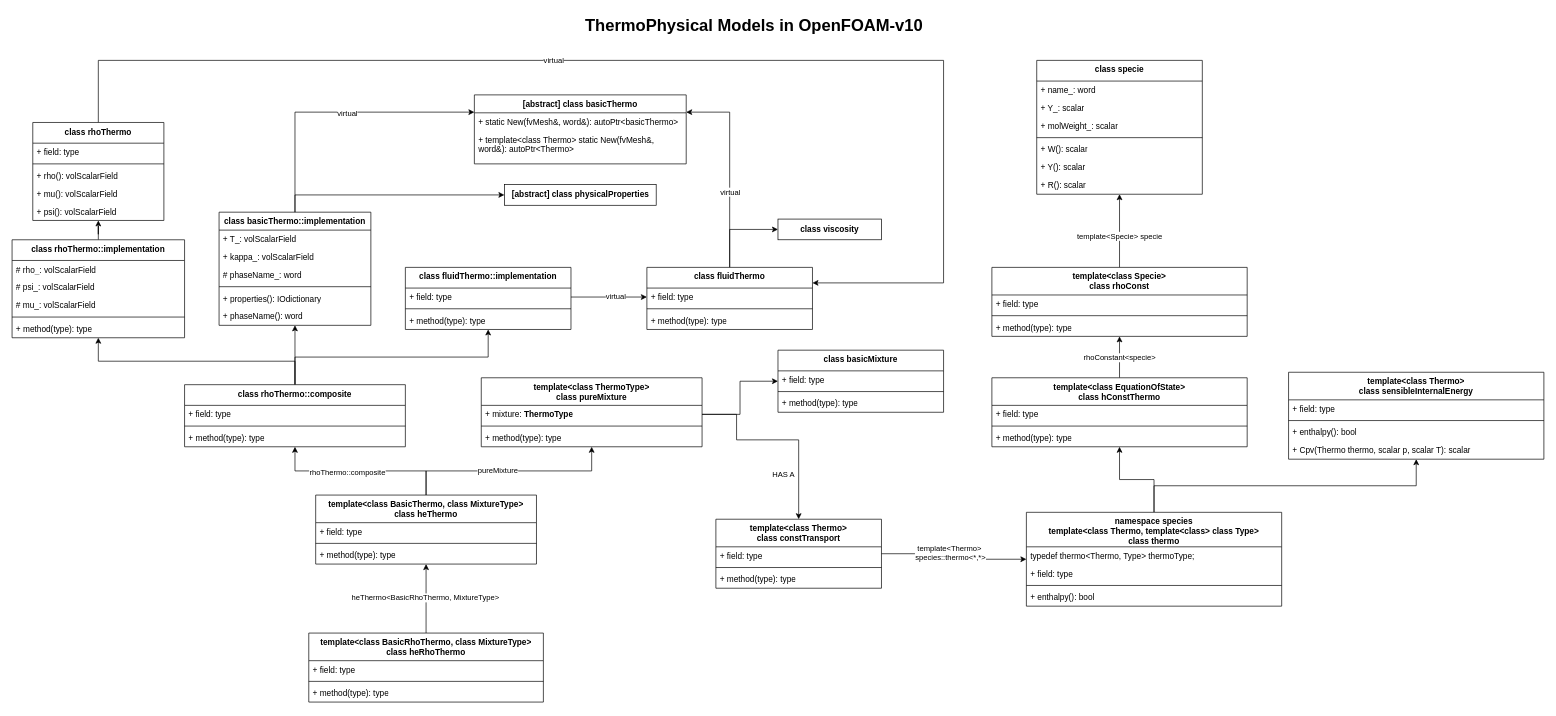
MarcoYoung/drawIO keeps this draw.io diagram as page "Page-1" (1 of 2) of thermalPhysicalModels.drawio. Above is the earlier version. Source tidied: cells renumbered, new cells numbered last; positions are measured from the earlier drawing's top-left corner, leaving out a move shared by most shapes. Both pictures are drawn from the tidied source at 69%, with x=0, y=0 at pixel (12, 12).
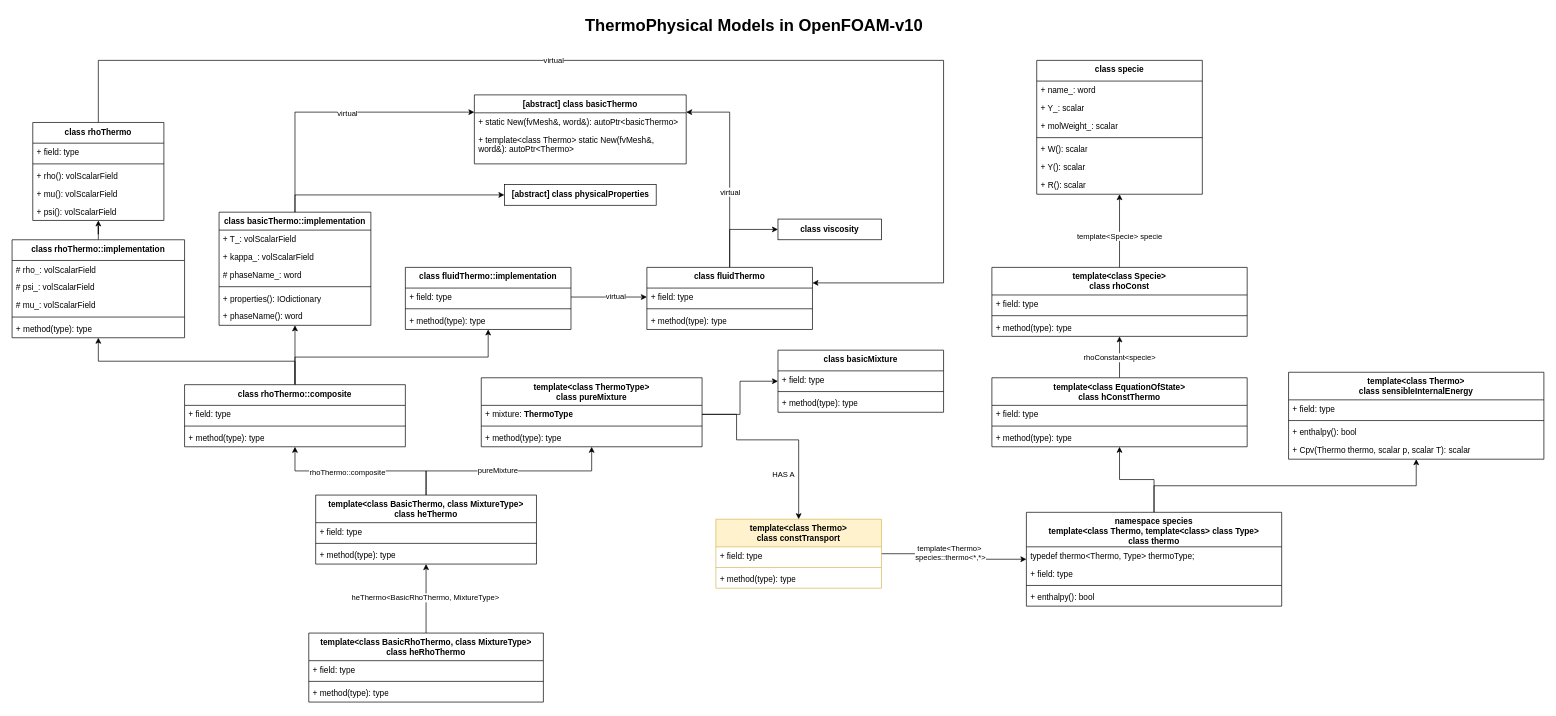
The same page after the edit.

Change to the diagram source:
```diff
@@
-    <mxCell id="77" value="template&amp;lt;class Thermo&amp;gt;&lt;div&gt;class constTransport&lt;/div&gt;" style="swimlane;fontStyle=1;align=center;verticalAlign=top;horizontal=1;startSize=40;whiteSpace=wrap;html=1;" parent="1" vertex="1">
+    <mxCell id="77" value="template&amp;lt;class Thermo&amp;gt;&lt;div&gt;class constTransport&lt;/div&gt;" style="swimlane;fontStyle=1;align=center;verticalAlign=top;horizontal=1;startSize=40;whiteSpace=wrap;html=1;fillColor=#fff2cc;strokeColor=#d6b656;" parent="1" vertex="1">
       <mxGeometry x="1020" y="735" width="240" height="100" as="geometry" />
     </mxCell>
```
